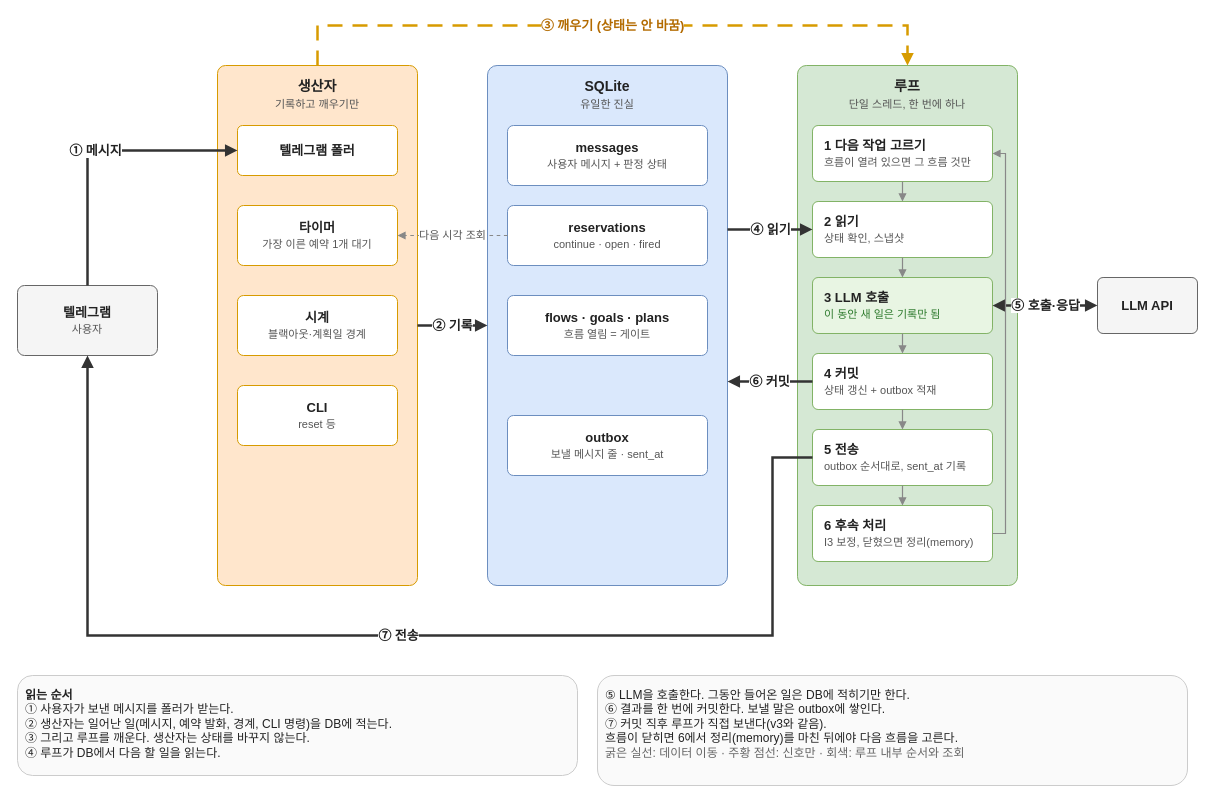
carol-sh/aigan keeps this draw.io diagram as docs/harness-exec-model.drawio. Above is the earlier version. Source tidied: cells renumbered, new cells numbered last; positions are measured from the earlier drawing's top-left corner, leaving out a move shared by most shapes. Both pictures are drawn from the tidied source at 100%, with x=0, y=0 at pixel (17, 25).
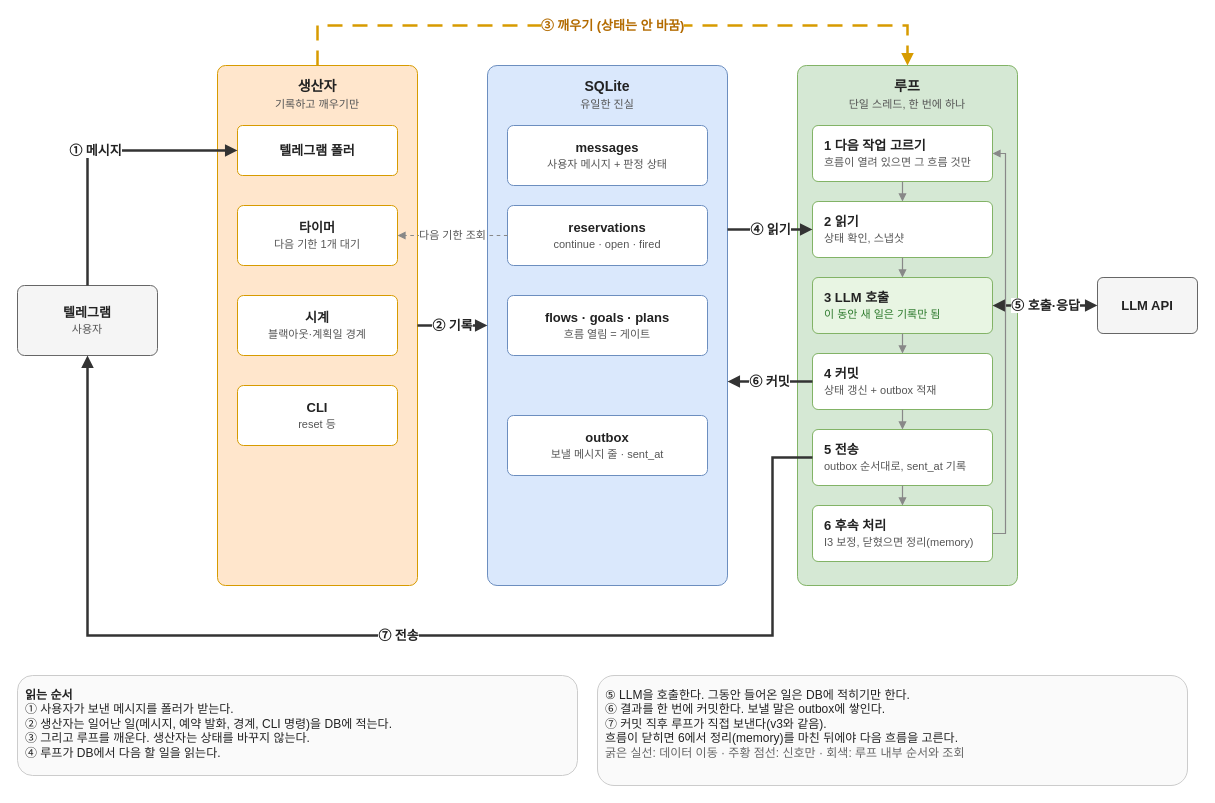
The same diagram, later.

Unchanged cells that the change refers to:
```xml
<mxCell id="4" value="&lt;b&gt;생산자&lt;/b&gt;&lt;br&gt;&lt;font style='font-size:11px' color='#555555'&gt;기록하고 깨우기만&lt;/font&gt;" style="rounded=1;arcSize=4;html=1;whiteSpace=wrap;verticalAlign=top;spacingTop=6;fontSize=14;fontColor=#222222;fillColor=#ffe6cc;strokeColor=#d79b00;" parent="1" vertex="1">
  <mxGeometry x="200" y="40" width="200" height="520" as="geometry" />
</mxCell>
<mxCell id="11" value="&lt;b&gt;reservations&lt;/b&gt;&lt;br&gt;&lt;font style='font-size:11px' color='#555555'&gt;continue · open · fired&lt;/font&gt;" style="rounded=1;arcSize=10;whiteSpace=wrap;html=1;fontSize=13;fontColor=#222222;fillColor=#ffffff;strokeColor=#6c8ebf;" parent="9" vertex="1">
  <mxGeometry x="20" y="140" width="200" height="60" as="geometry" />
</mxCell>
```

What changed in the source:
```diff
@@
-    <mxCell id="6" value="&lt;b&gt;타이머&lt;/b&gt;&lt;br&gt;&lt;font style='font-size:11px' color='#555555'&gt;가장 이른 예약 1개 대기&lt;/font&gt;" style="rounded=1;arcSize=10;whiteSpace=wrap;html=1;fontSize=13;fontColor=#222222;fillColor=#ffffff;strokeColor=#d79b00;" parent="4" vertex="1">
+    <mxCell id="6" value="&lt;b&gt;타이머&lt;/b&gt;&lt;br&gt;&lt;font style='font-size:11px' color='#555555'&gt;다음 기한 1개 대기&lt;/font&gt;" style="rounded=1;arcSize=10;whiteSpace=wrap;html=1;fontSize=13;fontColor=#222222;fillColor=#ffffff;strokeColor=#d79b00;" parent="4" vertex="1">
       <mxGeometry x="20" y="140" width="160" height="60" as="geometry" />
     </mxCell>
@@
-    <mxCell id="28" value="다음 시각 조회" style="edgeStyle=orthogonalEdgeStyle;rounded=0;html=1;strokeWidth=1.2;strokeColor=#888888;endArrow=block;endFill=1;endSize=5;fontSize=11;fontColor=#555555;labelBackgroundColor=#ffffff;dashed=1;exitX=0;exitY=0.5;exitDx=0;exitDy=0;entryX=1;entryY=0.5;entryDx=0;entryDy=0;" parent="1" edge="1" source="11" target="6">
+    <mxCell id="28" value="다음 기한 조회" style="edgeStyle=orthogonalEdgeStyle;rounded=0;html=1;strokeWidth=1.2;strokeColor=#888888;endArrow=block;endFill=1;endSize=5;fontSize=11;fontColor=#555555;labelBackgroundColor=#ffffff;dashed=1;exitX=0;exitY=0.5;exitDx=0;exitDy=0;entryX=1;entryY=0.5;entryDx=0;entryDy=0;" parent="1" edge="1" source="11" target="6">
       <mxGeometry relative="1" as="geometry" />
     </mxCell>
```
